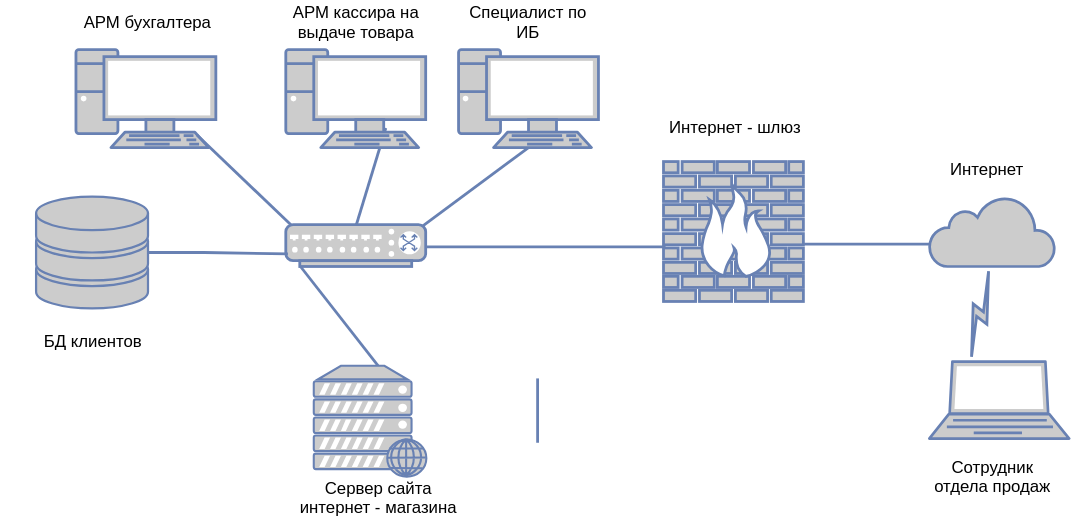
Earlier version of the draw.io export Диаграмма без названия.svg (aantitank/Iris-Recognition). Source tidied: cells renumbered, new cells last; positions are measured from the earlier drawing's top-left corner, leaving out a move shared by most shapes.
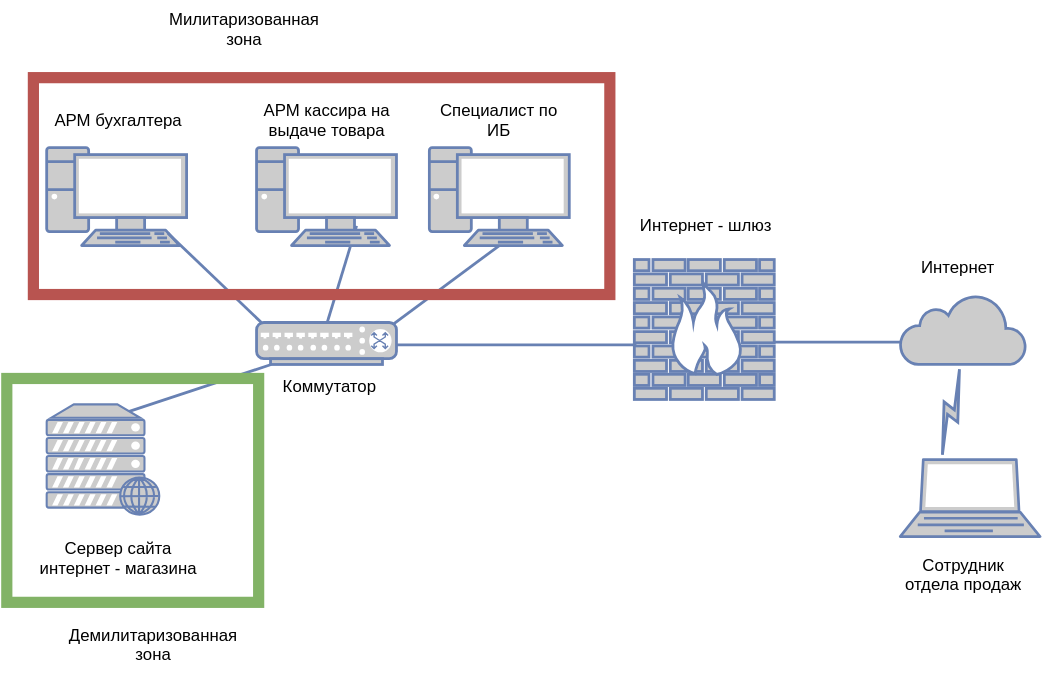
After the commit.

The edit, as a diff of the source:
```diff
@@ -20,12 +20,6 @@
     <mxCell id="7" style="strokeColor=#6881B3;edgeStyle=none;rounded=0;endArrow=none;html=1;strokeWidth=2;entryX=0.86;entryY=0.533;entryPerimeter=0;exitX=0.011;exitY=0.607;exitPerimeter=0;" parent="1" edge="1" source="9" target="18">
       <mxGeometry relative="1" as="geometry" />
     </mxCell>
-    <mxCell id="8" style="strokeColor=#6881B3;edgeStyle=none;rounded=0;endArrow=none;html=1;strokeWidth=2;" parent="1" edge="1">
-      <mxGeometry relative="1" as="geometry">
-        <mxPoint x="383.5" y="316" as="sourcePoint" />
-        <mxPoint x="383.5" y="270" as="targetPoint" />
-      </mxGeometry>
-    </mxCell>
     <mxCell id="9" style="fontColor=#0066CC;verticalAlign=top;verticalLabelPosition=bottom;labelPosition=center;align=center;html=1;fillColor=#CCCCCC;strokeColor=#6881B3;gradientColor=none;gradientDirection=north;strokeWidth=2;shape=mxgraph.networks.firewall;" parent="1" vertex="1">
       <mxGeometry x="473.5" y="115" width="100" height="100" as="geometry" />
     </mxCell>
@@ -36,7 +30,7 @@
       <mxGeometry x="53.5" y="5" width="100" height="20" as="geometry" />
     </mxCell>
     <mxCell id="12" value="Сервер сайта&lt;br&gt;интернет - магазина&lt;br&gt;" style="text;html=1;strokeColor=none;fillColor=none;align=center;verticalAlign=middle;whiteSpace=wrap;rounded=0;" parent="1" vertex="1">
-      <mxGeometry x="203.5" y="340" width="130" height="30" as="geometry" />
+      <mxGeometry x="38.5" y="313" width="130" height="30" as="geometry" />
     </mxCell>
     <mxCell id="13" style="fontColor=#0066CC;verticalAlign=top;verticalLabelPosition=bottom;labelPosition=center;align=center;html=1;fillColor=#CCCCCC;strokeColor=#6881B3;gradientColor=none;gradientDirection=north;strokeWidth=2;shape=mxgraph.networks.pc;" parent="1" vertex="1">
       <mxGeometry x="203.5" y="35" width="100" height="70" as="geometry" />
@@ -45,7 +39,7 @@
       <mxGeometry x="203.5" width="100" height="30" as="geometry" />
     </mxCell>
     <mxCell id="15" style="fontColor=#0066CC;verticalAlign=top;verticalLabelPosition=bottom;labelPosition=center;align=center;html=1;fillColor=#CCCCCC;strokeColor=#6881B3;gradientColor=none;gradientDirection=north;strokeWidth=2;shape=mxgraph.networks.web_server;" parent="1" vertex="1">
-      <mxGeometry x="223.5" y="261" width="80" height="79" as="geometry" />
+      <mxGeometry x="53.5" y="218.5" width="80" height="79" as="geometry" />
     </mxCell>
     <mxCell id="16" style="fontColor=#0066CC;verticalAlign=top;verticalLabelPosition=bottom;labelPosition=center;align=center;html=1;fillColor=#CCCCCC;strokeColor=#6881B3;gradientColor=none;gradientDirection=north;strokeWidth=2;shape=mxgraph.networks.laptop;" parent="1" vertex="1">
       <mxGeometry x="663.5" y="258" width="100" height="55" as="geometry" />
@@ -78,19 +72,20 @@
     <mxCell id="24" value="Сотрудник отдела продаж" style="text;html=1;strokeColor=none;fillColor=none;align=center;verticalAlign=middle;whiteSpace=wrap;rounded=0;" parent="1" vertex="1">
       <mxGeometry x="658.5" y="325" width="100" height="30" as="geometry" />
     </mxCell>
-    <mxCell id="25" style="fontColor=#0066CC;verticalAlign=top;verticalLabelPosition=bottom;labelPosition=center;align=center;html=1;fillColor=#CCCCCC;strokeColor=#6881B3;gradientColor=none;gradientDirection=north;strokeWidth=2;shape=mxgraph.networks.storage;" parent="1" vertex="1">
-      <mxGeometry x="25" y="140" width="80" height="80" as="geometry" />
-    </mxCell>
-    <mxCell id="26" value="БД клиентов&lt;br&gt;" style="text;html=1;strokeColor=none;fillColor=none;align=center;verticalAlign=middle;whiteSpace=wrap;rounded=0;" parent="1" vertex="1">
-      <mxGeometry y="228" width="130" height="30" as="geometry" />
-    </mxCell>
-    <mxCell id="27" style="strokeColor=#6881B3;edgeStyle=none;rounded=0;endArrow=none;html=1;strokeWidth=2;exitX=1;exitY=0.5;exitPerimeter=0;" parent="1" edge="1" source="25">
-      <mxGeometry relative="1" as="geometry">
-        <mxPoint x="205" y="181" as="targetPoint" />
-        <Array as="points">
-          <mxPoint x="145" y="180" />
-        </Array>
-      </mxGeometry>
-    </mxCell>
+    <mxCell id="28" style="rounded=0;whiteSpace=wrap;html=1;fillColor=none;strokeColor=#b85450;strokeWidth=8;" parent="1" vertex="1">
+      <mxGeometry x="44" y="-15" width="412" height="155" as="geometry" />
+    </mxCell>
+    <mxCell id="29" style="rounded=0;whiteSpace=wrap;html=1;fillColor=none;strokeColor=#82b366;strokeWidth=8;" parent="1" vertex="1">
+      <mxGeometry x="25" y="200" width="180" height="160" as="geometry" />
+    </mxCell>
+    <mxCell id="30" value="Коммутатор" style="text;html=1;strokeColor=none;fillColor=none;align=center;verticalAlign=middle;whiteSpace=wrap;rounded=0;" parent="1" vertex="1">
+      <mxGeometry x="205" y="190" width="100" height="30" as="geometry" />
+    </mxCell>
+    <mxCell id="31" value="Демилитаризованная зона" style="text;html=1;strokeColor=none;fillColor=none;align=center;verticalAlign=middle;whiteSpace=wrap;rounded=0;" parent="1" vertex="1">
+      <mxGeometry x="65" y="370" width="130" height="40" as="geometry" />
+    </mxCell>
+    <mxCell id="32" value="Милитаризованная зона" style="text;html=1;strokeColor=none;fillColor=none;align=center;verticalAlign=middle;whiteSpace=wrap;rounded=0;" parent="1" vertex="1">
+      <mxGeometry x="130" y="-70" width="130" height="40" as="geometry" />
+    </mxCell>
   </root>
 </mxGraphModel>
```
